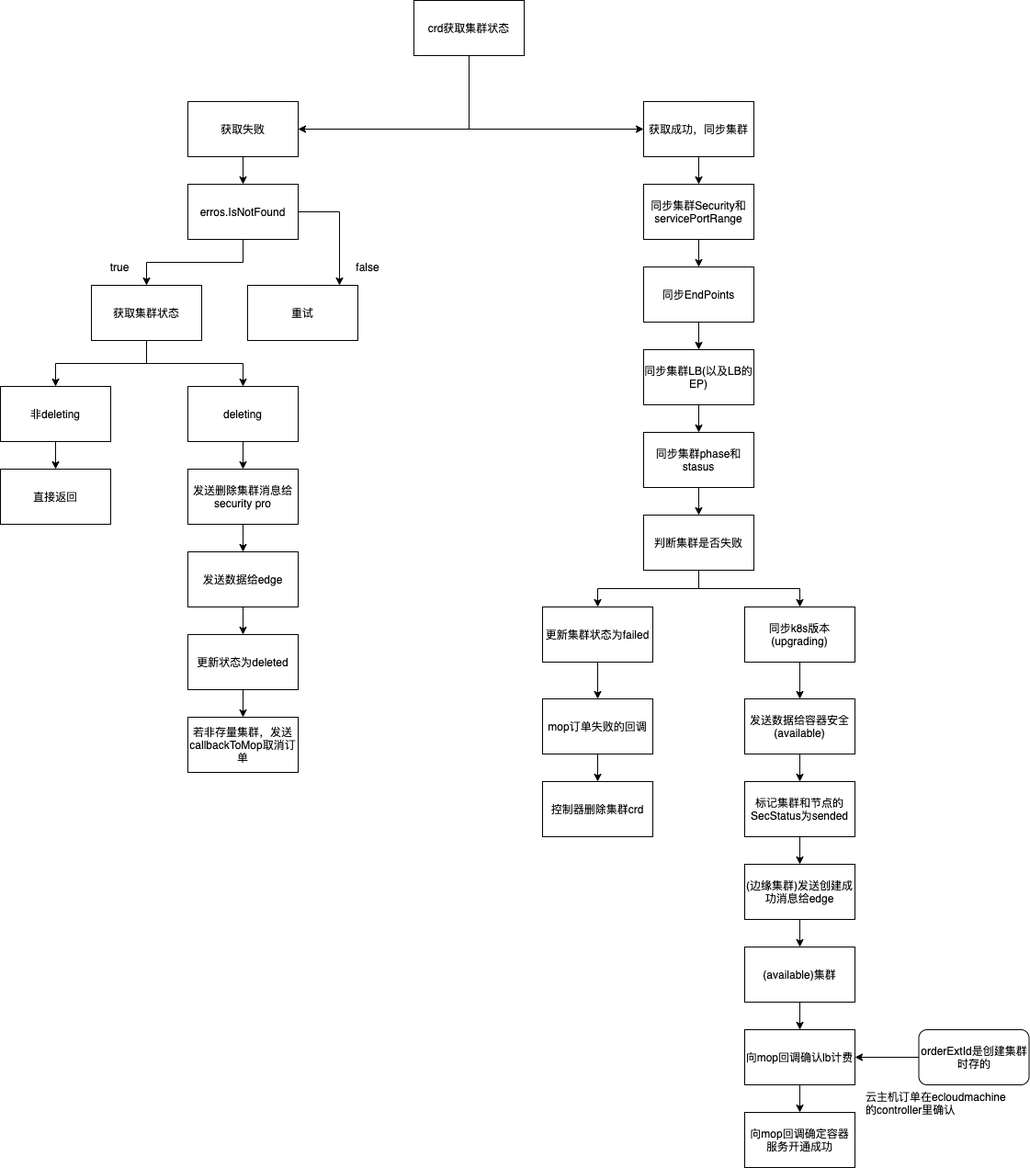
Before: 集群同步crd.png, a diagram exported from draw.io (sologgfun/mydrawio). Source tidied: cells renumbered, new cells last; positions are measured from the earlier drawing's top-left corner, leaving out a move shared by most shapes.
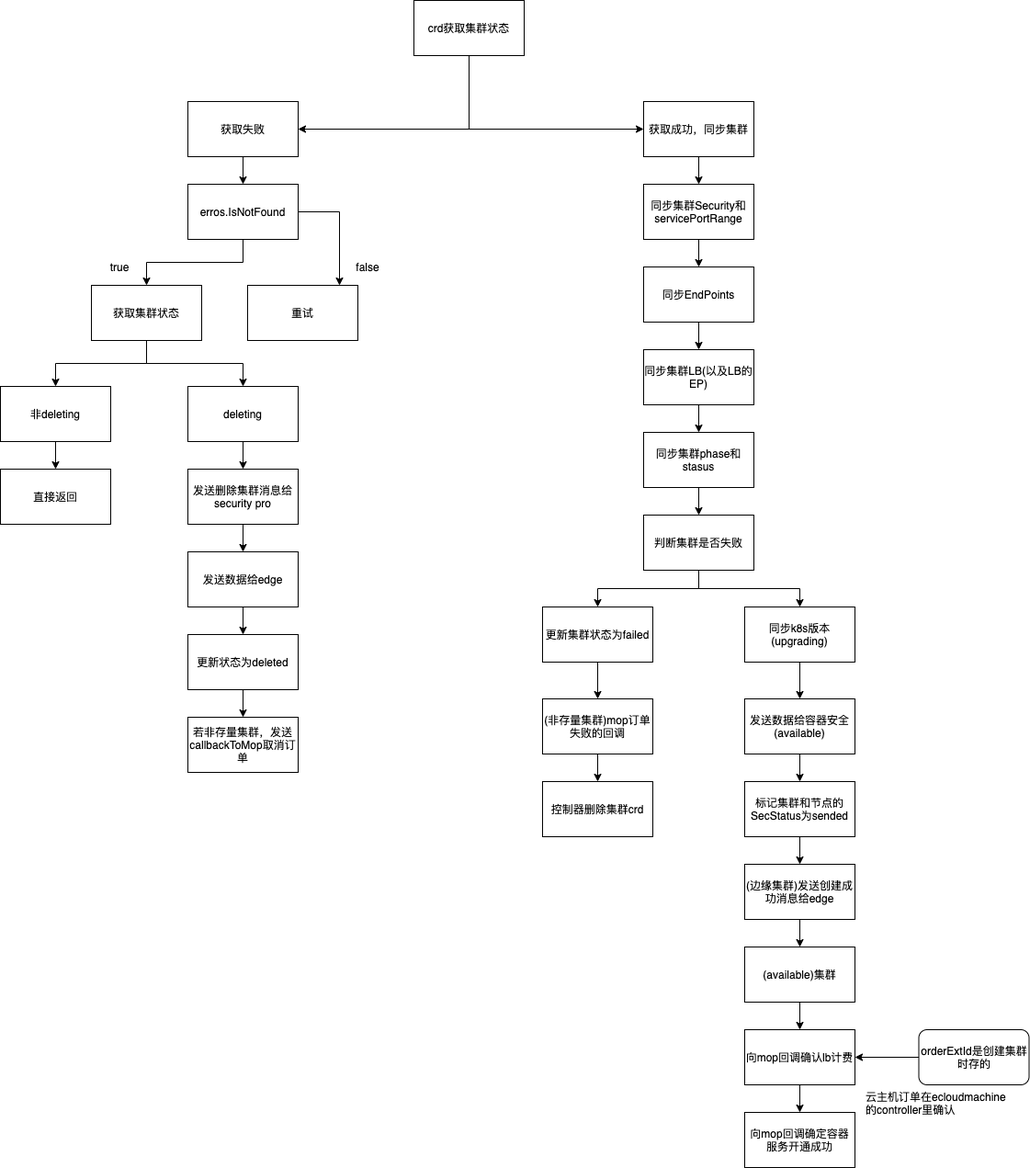
After the change.

Diff of the diagram source:
```diff
@@ -129,7 +129,7 @@
     <mxCell id="42" style="edgeStyle=orthogonalEdgeStyle;rounded=0;jettySize=auto;html=1;startArrow=none;startFill=0;endArrow=classic;endFill=1;" parent="1" edge="1" source="43" target="44">
       <mxGeometry relative="1" as="geometry" />
     </mxCell>
-    <mxCell id="43" value="mop订单失败的回调" style="whiteSpace=wrap;html=1;rounded=0;" parent="1" vertex="1">
+    <mxCell id="43" value="(非存量集群)mop订单失败的回调" style="whiteSpace=wrap;html=1;rounded=0;" parent="1" vertex="1">
       <mxGeometry x="590" y="760" width="120" height="60" as="geometry" />
     </mxCell>
     <mxCell id="44" value="控制器删除集群crd" style="whiteSpace=wrap;html=1;rounded=0;" parent="1" vertex="1">
```
